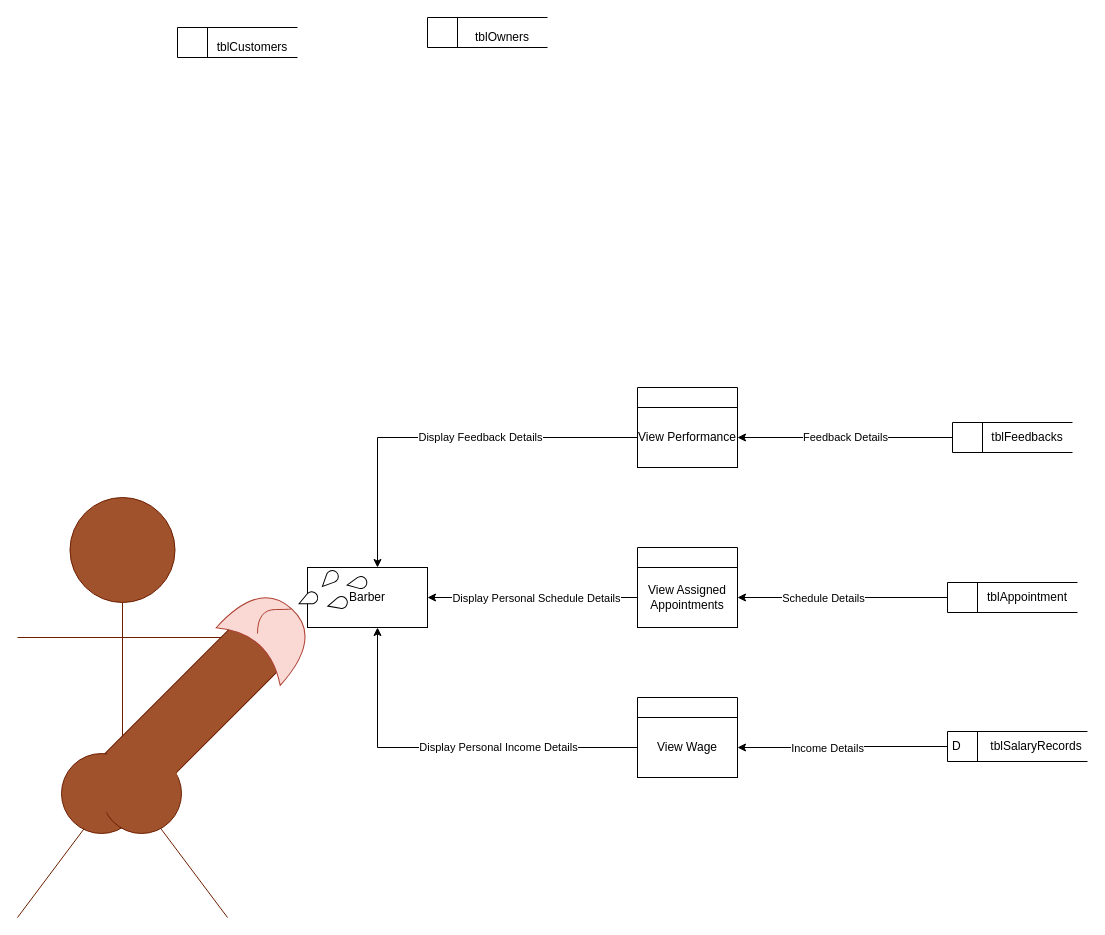
The draw.io diagram page "Barber" (3 of 5) of Diagrams/Data flow.drawio in iampotato16/AppointCut, before the edit. Source tidied: cells renumbered, new cells numbered last; positions are measured from the earlier drawing's top-left corner, leaving out a move shared by most shapes. Both pictures are drawn from the tidied source at 100%, with x=0, y=0 at pixel (17, 17).
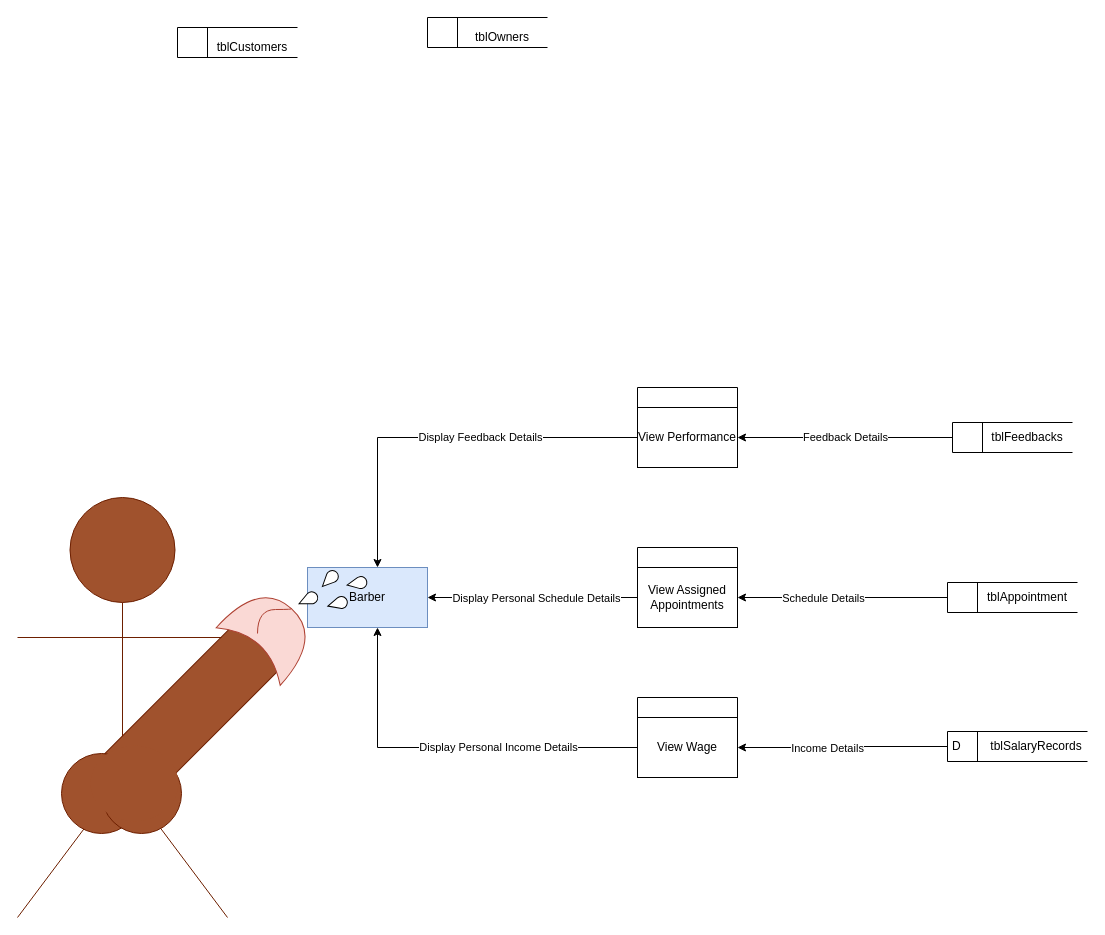
The same diagram, later.

Change to the diagram source:
```diff
@@
-    <mxCell id="8" value="Barber" style="rounded=0;whiteSpace=wrap;html=1;" parent="1" vertex="1">
+    <mxCell id="8" value="Barber" style="rounded=0;whiteSpace=wrap;html=1;fillColor=#dae8fc;strokeColor=#6c8ebf;" parent="1" vertex="1">
       <mxGeometry x="290" y="550" width="120" height="60" as="geometry" />
     </mxCell>
```
